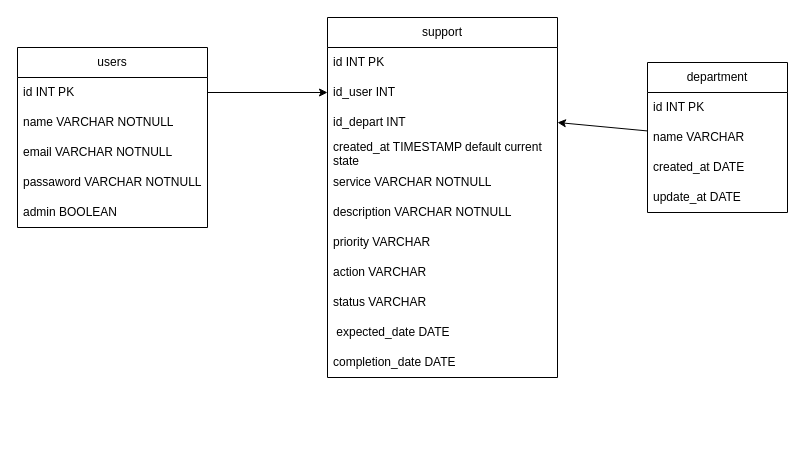
Earlier version of the draw.io diagram doc/structure_table.drawio (ninhojb/projeto_floweng). Source tidied: cells renumbered, new cells numbered last; positions are measured from the earlier drawing's top-left corner, leaving out a move shared by most shapes. Both pictures are drawn from the tidied source at 100%, with x=0, y=0 at pixel (17, 17).
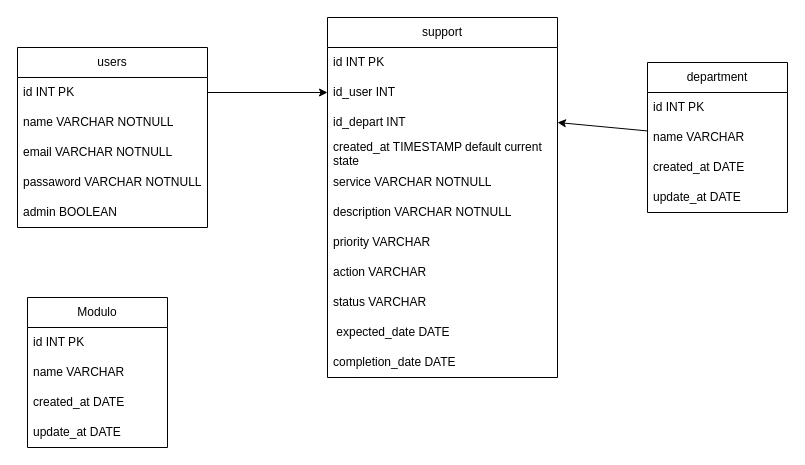
Above is the later version.

What changed in the source:
```diff
@@
+    <mxCell id="27" value="Modulo" style="swimlane;fontStyle=0;horizontal=1;startSize=30;whiteSpace=wrap;html=1;" parent="1" vertex="1">
+      <mxGeometry x="10" y="280" width="140" height="150" as="geometry" />
+    </mxCell>
+    <mxCell id="28" value="id INT PK" style="text;strokeColor=none;fillColor=none;align=left;verticalAlign=middle;spacingLeft=4;spacingRight=4;overflow=hidden;whiteSpace=wrap;html=1;" parent="27" vertex="1">
+      <mxGeometry y="30" width="140" height="30" as="geometry" />
+    </mxCell>
+    <mxCell id="29" value="name VARCHAR" style="text;strokeColor=none;fillColor=none;align=left;verticalAlign=middle;spacingLeft=4;spacingRight=4;overflow=hidden;whiteSpace=wrap;html=1;" parent="27" vertex="1">
+      <mxGeometry y="60" width="140" height="30" as="geometry" />
+    </mxCell>
+    <mxCell id="30" value="created_at DATE" style="text;strokeColor=none;fillColor=none;align=left;verticalAlign=middle;spacingLeft=4;spacingRight=4;overflow=hidden;whiteSpace=wrap;html=1;" parent="27" vertex="1">
+      <mxGeometry y="90" width="140" height="30" as="geometry" />
+    </mxCell>
+    <mxCell id="31" value="update_at DATE" style="text;strokeColor=none;fillColor=none;align=left;verticalAlign=middle;spacingLeft=4;spacingRight=4;overflow=hidden;whiteSpace=wrap;html=1;" parent="27" vertex="1">
+      <mxGeometry y="120" width="140" height="30" as="geometry" />
+    </mxCell>
```
